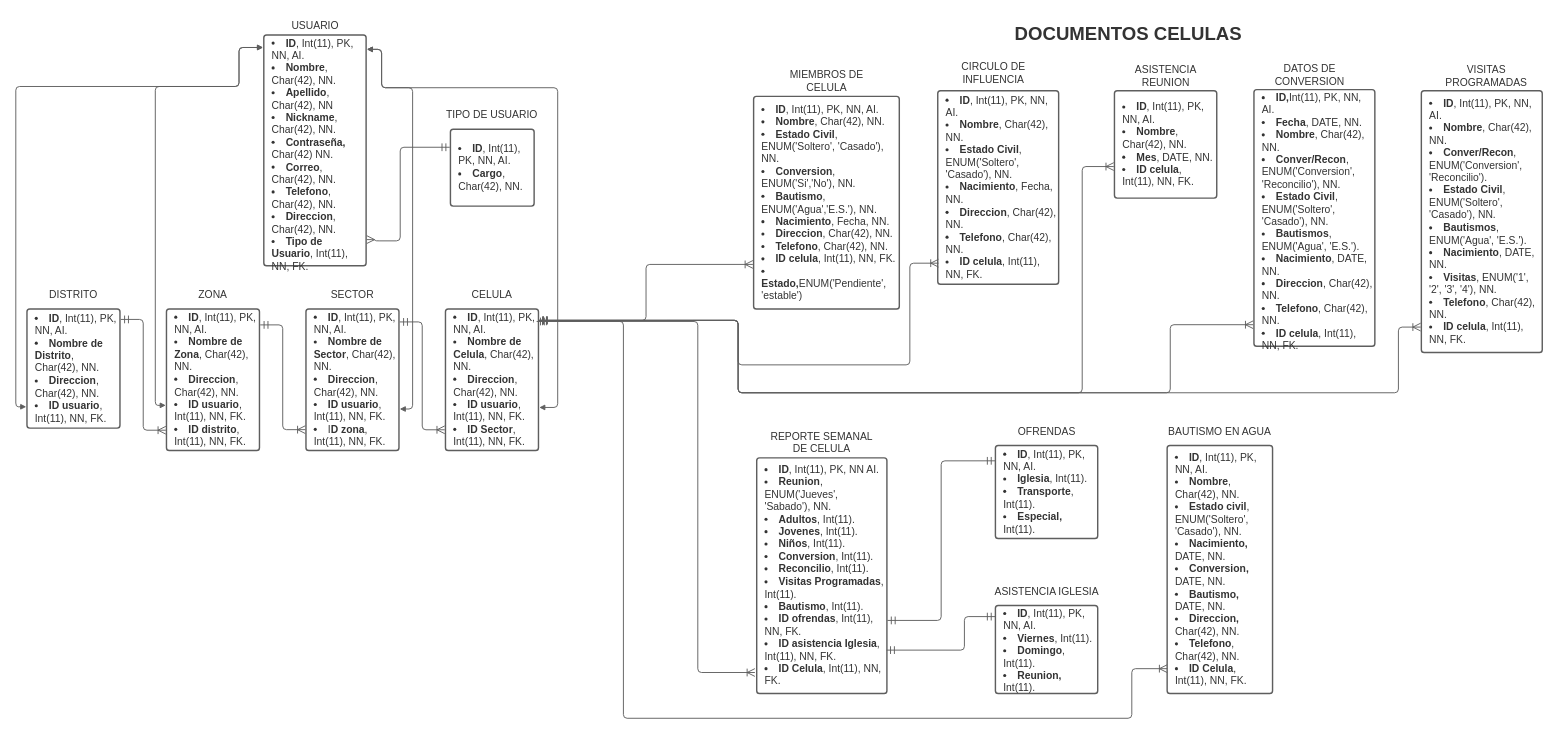
KJCarvajal/la-cosecha keeps this draw.io diagram as page "entidad-relacion" (1 of 2) of Diagrama 1.drawio. Above is the earlier version. Source tidied: cells renumbered, new cells numbered last; positions are measured from the earlier drawing's top-left corner, leaving out a move shared by most shapes. Both pictures are drawn from the tidied source at 62%, with x=0, y=0 at pixel (16, 11).
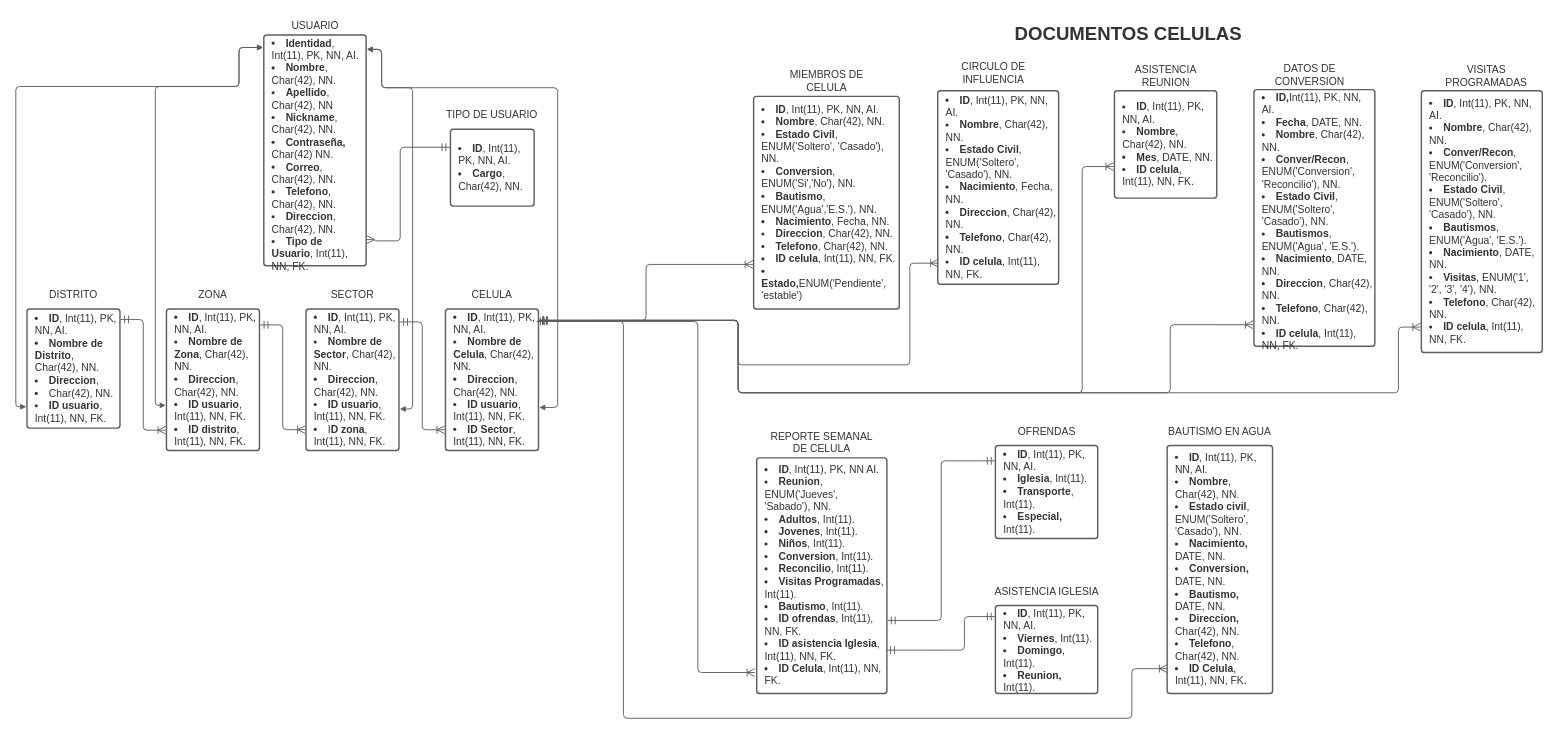
Above is the later version.

The edit, as a diff of the source:
```diff
@@
-    <mxCell id="2" value="&lt;ul style=&quot;margin: 0px ; padding-left: 10px ; list-style-position: inside ; list-style-type: disc&quot;&gt;&lt;li style=&quot;text-align: left ; color: #333333 ; font-size: 16.7px&quot;&gt;&lt;span style=&quot;margin-left: 0px ; margin-top: -2px&quot;&gt;&lt;span style=&quot;font-size: 16.7px ; color: #333333 ; font-weight: bold&quot;&gt;ID&lt;/span&gt;&lt;span style=&quot;font-size: 16.7px ; color: #333333&quot;&gt;, Int(11), PK, NN, AI.&lt;/span&gt;&lt;/span&gt;&lt;/li&gt;&lt;li style=&quot;text-align: left ; color: #333333 ; font-size: 16.7px&quot;&gt;&lt;span style=&quot;margin-left: 0px ; margin-top: -2px&quot;&gt;&lt;span style=&quot;font-size: 16.7px ; color: #333333&quot;&gt;&lt;span style=&quot;font-size: 16.7px ; color: #333333 ; font-weight: bold&quot;&gt;Nombre&lt;/span&gt;, Char(42), NN.&lt;/span&gt;&lt;/span&gt;&lt;/li&gt;&lt;li style=&quot;text-align: left ; color: #333333 ; font-size: 16.7px&quot;&gt;&lt;span style=&quot;margin-left: 0px ; margin-top: -2px&quot;&gt;&lt;span style=&quot;font-size: 16.7px ; color: #333333&quot;&gt;&lt;span style=&quot;font-size: 16.7px ; color: #333333 ; font-weight: bold&quot;&gt;Apellido&lt;/span&gt;, Char(42), NN&lt;/span&gt;&lt;/span&gt;&lt;/li&gt;&lt;li style=&quot;text-align: left ; color: #333333 ; font-size: 16.7px&quot;&gt;&lt;span style=&quot;margin-left: 0px ; margin-top: -2px&quot;&gt;&lt;span style=&quot;font-size: 16.7px ; color: #333333&quot;&gt;&lt;b&gt;Nickname&lt;/b&gt;, Char(42), NN.&lt;br&gt;&lt;/span&gt;&lt;/span&gt;&lt;/li&gt;&lt;li style=&quot;text-align: left ; color: #333333 ; font-size: 16.7px&quot;&gt;&lt;span style=&quot;margin-left: 0px ; margin-top: -2px&quot;&gt;&lt;span style=&quot;font-size: 16.7px ; color: #333333&quot;&gt;&lt;b&gt;Contraseña, &lt;/b&gt;Char(42)&lt;b&gt; &lt;/b&gt;NN.&lt;/span&gt;&lt;/span&gt;&lt;/li&gt;&lt;li style=&quot;text-align: left ; color: #333333 ; font-size: 16.7px&quot;&gt;&lt;span style=&quot;margin-left: 0px ; margin-top: -2px&quot;&gt;&lt;span style=&quot;font-size: 16.7px ; color: #333333&quot;&gt;&lt;span style=&quot;font-size: 16.7px ; color: #333333 ; font-weight: bold&quot;&gt;Correo&lt;/span&gt;, Char(42), NN.&lt;/span&gt;&lt;/span&gt;&lt;/li&gt;&lt;li style=&quot;text-align: left ; color: #333333 ; font-size: 16.7px&quot;&gt;&lt;span style=&quot;margin-left: 0px ; margin-top: -2px&quot;&gt;&lt;span style=&quot;font-size: 16.7px ; color: #333333&quot;&gt;&lt;span style=&quot;font-size: 16.7px ; color: #333333 ; font-weight: bold&quot;&gt;Telefono&lt;/span&gt;, Char(42), NN.&lt;/span&gt;&lt;/span&gt;&lt;/li&gt;&lt;li style=&quot;text-align: left ; color: #333333 ; font-size: 16.7px&quot;&gt;&lt;span style=&quot;margin-left: 0px ; margin-top: -2px&quot;&gt;&lt;span style=&quot;font-size: 16.7px ; color: #333333&quot;&gt;&lt;span style=&quot;font-size: 16.7px ; color: #333333 ; font-weight: bold&quot;&gt;Direccion&lt;/span&gt;, Char(42), NN.&lt;/span&gt;&lt;/span&gt;&lt;/li&gt;&lt;li style=&quot;text-align: left ; color: #333333 ; font-size: 16.7px&quot;&gt;&lt;span style=&quot;margin-left: 0px ; margin-top: -2px&quot;&gt;&lt;span style=&quot;font-size: 16.7px ; color: #333333&quot;&gt;&lt;span style=&quot;font-size: 16.7px ; color: #333333 ; font-weight: bold&quot;&gt;Tipo de Usuario&lt;/span&gt;, Int(11), NN, FK.&lt;/span&gt;&lt;/span&gt;&lt;/li&gt;&lt;/ul&gt;" style="html=1;overflow=block;blockSpacing=1;whiteSpace=wrap;fontSize=13;spacing=3.8;strokeColor=#5e5e5e;strokeOpacity=100;rounded=1;absoluteArcSize=1;arcSize=9;strokeWidth=2.3;" parent="1" vertex="1">
+    <mxCell id="2" value="&lt;ul style=&quot;margin: 0px ; padding-left: 10px ; list-style-position: inside ; list-style-type: disc&quot;&gt;&lt;li style=&quot;text-align: left ; color: #333333 ; font-size: 16.7px&quot;&gt;&lt;span style=&quot;margin-left: 0px ; margin-top: -2px&quot;&gt;&lt;span style=&quot;font-size: 16.7px ; color: #333333 ; font-weight: bold&quot;&gt;Identidad&lt;/span&gt;&lt;span style=&quot;font-size: 16.7px ; color: #333333&quot;&gt;, Int(11), PK, NN, AI.&lt;/span&gt;&lt;/span&gt;&lt;/li&gt;&lt;li style=&quot;text-align: left ; color: #333333 ; font-size: 16.7px&quot;&gt;&lt;span style=&quot;margin-left: 0px ; margin-top: -2px&quot;&gt;&lt;span style=&quot;font-size: 16.7px ; color: #333333&quot;&gt;&lt;span style=&quot;font-size: 16.7px ; color: #333333 ; font-weight: bold&quot;&gt;Nombre&lt;/span&gt;, Char(42), NN.&lt;/span&gt;&lt;/span&gt;&lt;/li&gt;&lt;li style=&quot;text-align: left ; color: #333333 ; font-size: 16.7px&quot;&gt;&lt;span style=&quot;margin-left: 0px ; margin-top: -2px&quot;&gt;&lt;span style=&quot;font-size: 16.7px ; color: #333333&quot;&gt;&lt;span style=&quot;font-size: 16.7px ; color: #333333 ; font-weight: bold&quot;&gt;Apellido&lt;/span&gt;, Char(42), NN&lt;/span&gt;&lt;/span&gt;&lt;/li&gt;&lt;li style=&quot;text-align: left ; color: #333333 ; font-size: 16.7px&quot;&gt;&lt;span style=&quot;margin-left: 0px ; margin-top: -2px&quot;&gt;&lt;span style=&quot;font-size: 16.7px ; color: #333333&quot;&gt;&lt;b&gt;Nickname&lt;/b&gt;, Char(42), NN.&lt;br&gt;&lt;/span&gt;&lt;/span&gt;&lt;/li&gt;&lt;li style=&quot;text-align: left ; color: #333333 ; font-size: 16.7px&quot;&gt;&lt;span style=&quot;margin-left: 0px ; margin-top: -2px&quot;&gt;&lt;span style=&quot;font-size: 16.7px ; color: #333333&quot;&gt;&lt;b&gt;Contraseña, &lt;/b&gt;Char(42)&lt;b&gt; &lt;/b&gt;NN.&lt;/span&gt;&lt;/span&gt;&lt;/li&gt;&lt;li style=&quot;text-align: left ; color: #333333 ; font-size: 16.7px&quot;&gt;&lt;span style=&quot;margin-left: 0px ; margin-top: -2px&quot;&gt;&lt;span style=&quot;font-size: 16.7px ; color: #333333&quot;&gt;&lt;span style=&quot;font-size: 16.7px ; color: #333333 ; font-weight: bold&quot;&gt;Correo&lt;/span&gt;, Char(42), NN.&lt;/span&gt;&lt;/span&gt;&lt;/li&gt;&lt;li style=&quot;text-align: left ; color: #333333 ; font-size: 16.7px&quot;&gt;&lt;span style=&quot;margin-left: 0px ; margin-top: -2px&quot;&gt;&lt;span style=&quot;font-size: 16.7px ; color: #333333&quot;&gt;&lt;span style=&quot;font-size: 16.7px ; color: #333333 ; font-weight: bold&quot;&gt;Telefono&lt;/span&gt;, Char(42), NN.&lt;/span&gt;&lt;/span&gt;&lt;/li&gt;&lt;li style=&quot;text-align: left ; color: #333333 ; font-size: 16.7px&quot;&gt;&lt;span style=&quot;margin-left: 0px ; margin-top: -2px&quot;&gt;&lt;span style=&quot;font-size: 16.7px ; color: #333333&quot;&gt;&lt;span style=&quot;font-size: 16.7px ; color: #333333 ; font-weight: bold&quot;&gt;Direccion&lt;/span&gt;, Char(42), NN.&lt;/span&gt;&lt;/span&gt;&lt;/li&gt;&lt;li style=&quot;text-align: left ; color: #333333 ; font-size: 16.7px&quot;&gt;&lt;span style=&quot;margin-left: 0px ; margin-top: -2px&quot;&gt;&lt;span style=&quot;font-size: 16.7px ; color: #333333&quot;&gt;&lt;span style=&quot;font-size: 16.7px ; color: #333333 ; font-weight: bold&quot;&gt;Tipo de Usuario&lt;/span&gt;, Int(11), NN, FK.&lt;/span&gt;&lt;/span&gt;&lt;/li&gt;&lt;/ul&gt;" style="html=1;overflow=block;blockSpacing=1;whiteSpace=wrap;fontSize=13;spacing=3.8;strokeColor=#5e5e5e;strokeOpacity=100;rounded=1;absoluteArcSize=1;arcSize=9;strokeWidth=2.3;" parent="1" vertex="1">
       <mxGeometry x="400" y="38" width="165" height="372" as="geometry" />
     </mxCell>
@@
-    <mxCell id="7" value="&lt;ul style=&quot;margin: 0px; padding-left: 10px;list-style-position: inside; list-style-type:disc&quot;&gt;&lt;li style=&quot;text-align:left;color:#333333;font-size:16.7px;&quot;&gt;&lt;span style=&quot;margin-left: 0px;margin-top: -2px;&quot;&gt;&lt;span style=&quot;font-size:16.7px;color:#333333;font-weight: bold;&quot;&gt;ID&lt;/span&gt;&lt;span style=&quot;font-size:16.7px;color:#333333;&quot;&gt;, Int(11), PK, NN, AI.&lt;/span&gt;&lt;/span&gt;&lt;/li&gt;&lt;li style=&quot;text-align:left;color:#333333;font-size:16.7px;&quot;&gt;&lt;span style=&quot;margin-left: 0px;margin-top: -2px;&quot;&gt;&lt;span style=&quot;font-size:16.7px;color:#333333;&quot;&gt;&lt;span style=&quot;font-size:16.7px;color:#333333;font-weight: bold;&quot;&gt;Nombre de Distrito&lt;/span&gt;, Char(42), NN.&lt;/span&gt;&lt;/span&gt;&lt;/li&gt;&lt;li style=&quot;text-align:left;color:#333333;font-size:16.7px;&quot;&gt;&lt;span style=&quot;margin-left: 0px;margin-top: -2px;&quot;&gt;&lt;span style=&quot;font-size:16.7px;color:#333333;&quot;&gt;&lt;span style=&quot;font-size:16.7px;color:#333333;font-weight: bold;&quot;&gt;Direccion&lt;/span&gt;, Char(42), NN.&lt;/span&gt;&lt;/span&gt;&lt;/li&gt;&lt;li style=&quot;text-align:left;color:#333333;font-size:16.7px;&quot;&gt;&lt;span style=&quot;margin-left: 0px;margin-top: -2px;&quot;&gt;&lt;span style=&quot;font-size:16.7px;color:#333333;&quot;&gt;&lt;span style=&quot;font-size:16.7px;color:#333333;font-weight: bold;&quot;&gt;ID usuario&lt;/span&gt;, Int(11), NN, FK.&lt;/span&gt;&lt;/span&gt;&lt;/li&gt;&lt;/ul&gt;" style="html=1;overflow=block;blockSpacing=1;whiteSpace=wrap;fontSize=13;spacing=3.8;strokeColor=#5e5e5e;strokeOpacity=100;rounded=1;absoluteArcSize=1;arcSize=9;strokeWidth=2.3;" parent="1" vertex="1">
+    <mxCell id="7" value="&lt;ul style=&quot;margin: 0px ; padding-left: 10px ; list-style-position: inside ; list-style-type: disc&quot;&gt;&lt;li style=&quot;text-align: left ; color: #333333 ; font-size: 16.7px&quot;&gt;&lt;span style=&quot;margin-left: 0px ; margin-top: -2px&quot;&gt;&lt;span style=&quot;font-size: 16.7px ; color: #333333 ; font-weight: bold&quot;&gt;ID&lt;/span&gt;&lt;span style=&quot;font-size: 16.7px ; color: #333333&quot;&gt;, Int(11), PK, NN, AI.&lt;/span&gt;&lt;/span&gt;&lt;/li&gt;&lt;li style=&quot;text-align: left ; color: #333333 ; font-size: 16.7px&quot;&gt;&lt;span style=&quot;margin-left: 0px ; margin-top: -2px&quot;&gt;&lt;span style=&quot;font-size: 16.7px ; color: #333333&quot;&gt;&lt;span style=&quot;font-size: 16.7px ; color: #333333 ; font-weight: bold&quot;&gt;Nombre de Distrito&lt;/span&gt;, Char(42), NN.&lt;/span&gt;&lt;/span&gt;&lt;/li&gt;&lt;li style=&quot;text-align: left ; color: #333333 ; font-size: 16.7px&quot;&gt;&lt;span style=&quot;margin-left: 0px ; margin-top: -2px&quot;&gt;&lt;span style=&quot;font-size: 16.7px ; color: #333333&quot;&gt;&lt;span style=&quot;font-size: 16.7px ; color: #333333 ; font-weight: bold&quot;&gt;Direccion&lt;/span&gt;,&lt;/span&gt;&lt;/span&gt;&lt;/li&gt;&lt;li style=&quot;text-align: left ; color: #333333 ; font-size: 16.7px&quot;&gt;Char(42), NN.&lt;/li&gt;&lt;li style=&quot;text-align: left ; color: #333333 ; font-size: 16.7px&quot;&gt;&lt;span style=&quot;margin-left: 0px ; margin-top: -2px&quot;&gt;&lt;span style=&quot;font-size: 16.7px ; color: #333333&quot;&gt;&lt;span style=&quot;font-size: 16.7px ; color: #333333 ; font-weight: bold&quot;&gt;ID usuario&lt;/span&gt;, Int(11), NN, FK.&lt;/span&gt;&lt;/span&gt;&lt;/li&gt;&lt;/ul&gt;" style="html=1;overflow=block;blockSpacing=1;whiteSpace=wrap;fontSize=13;spacing=3.8;strokeColor=#5e5e5e;strokeOpacity=100;rounded=1;absoluteArcSize=1;arcSize=9;strokeWidth=2.3;" parent="1" vertex="1">
       <mxGeometry x="18" y="480" width="150" height="192" as="geometry" />
     </mxCell>
```
